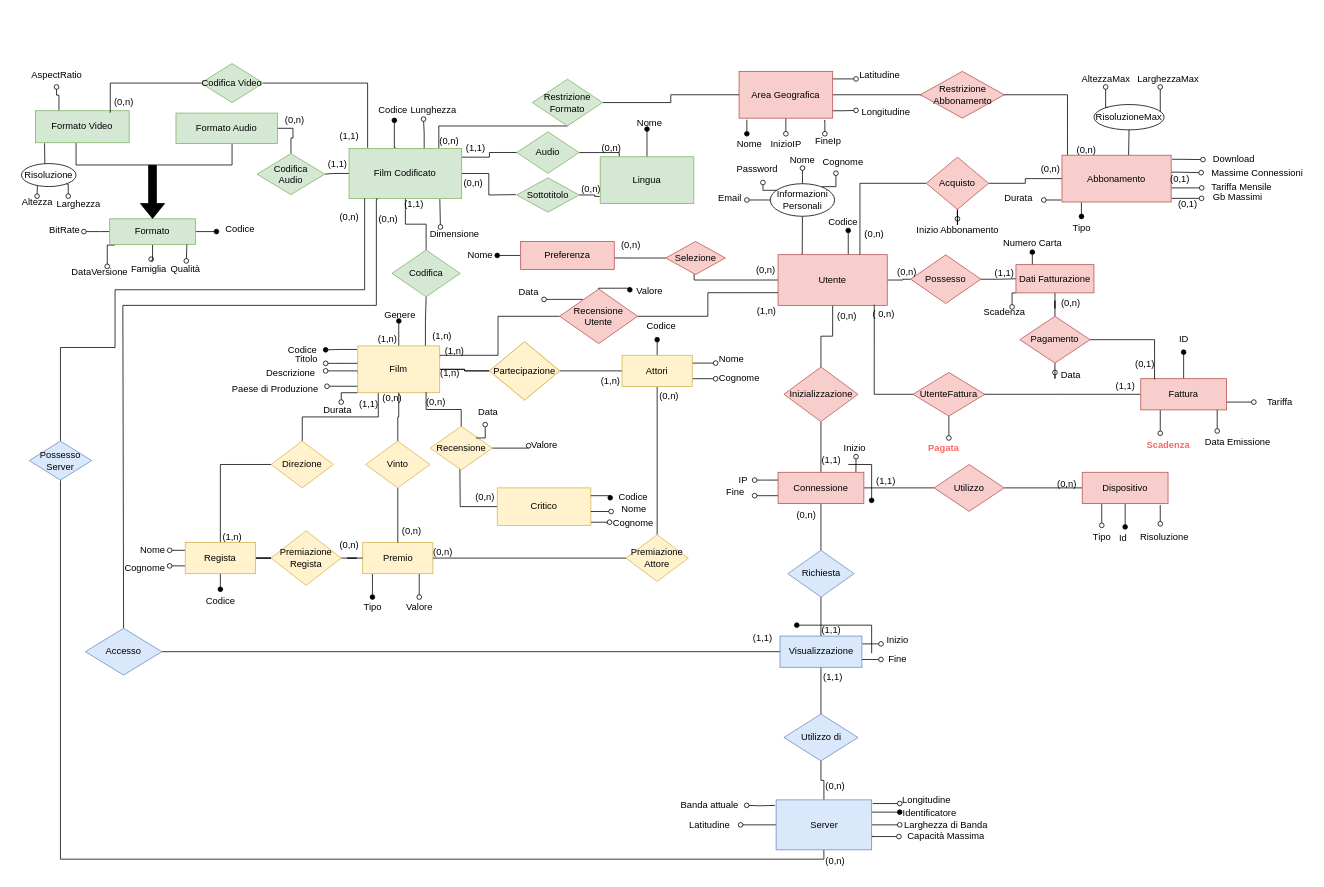
The draw.io diagram Er non Ristrutturato(2).drawio in LGranucci/FilmSphere, before the edit. Source tidied: cells renumbered, new cells numbered last; positions are measured from the earlier drawing's top-left corner, leaving out a move shared by most shapes. Both pictures are drawn from the tidied source at 78%, with x=0, y=0 at pixel (13, 63).
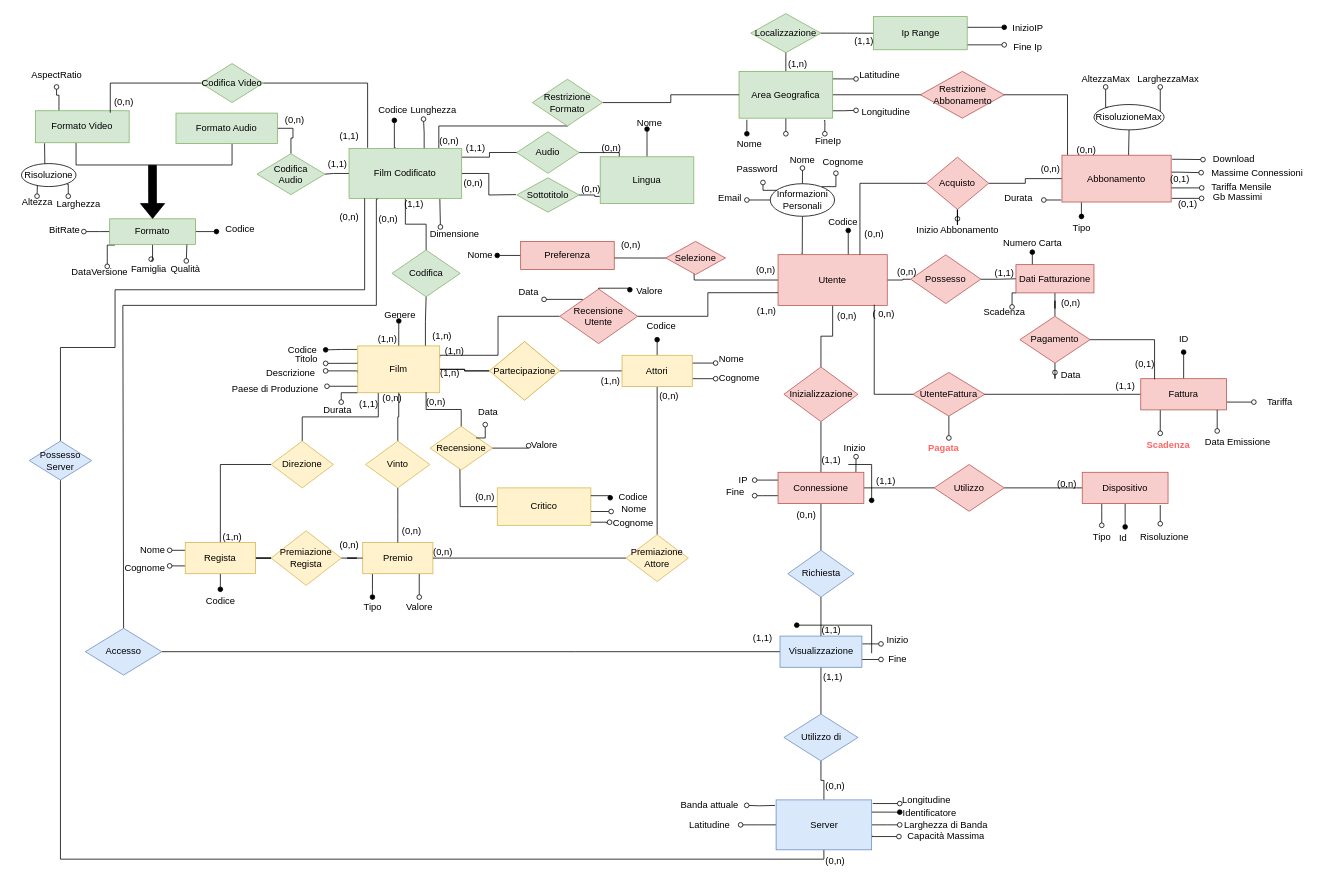
The same page after the edit.

Change to the diagram source:
```diff
@@
+    <mxCell id="310" style="edgeStyle=orthogonalEdgeStyle;rounded=0;jettySize=auto;html=1;" parent="1" edge="1" source="284">
+      <mxGeometry relative="1" as="geometry">
+        <mxPoint x="990" y="-34" as="targetPoint" />
+      </mxGeometry>
+    </mxCell>
-    <mxCell id="284" value="Area Geografica" style="whiteSpace=wrap;html=1;fillColor=#f8cecc;strokeColor=#b85450;" parent="1" vertex="1">
+    <mxCell id="284" value="Area Geografica" style="whiteSpace=wrap;html=1;fillColor=#d5e8d4;strokeColor=#82b366;" parent="1" vertex="1">
       <mxGeometry x="930" y="10" width="120" height="60" as="geometry" />
     </mxCell>
@@
     <mxCell id="289" value="InizioIP" style="text;html=1;align=center;verticalAlign=middle;points=[];strokeColor=none;fillColor=none;" parent="1" vertex="1">
-      <mxGeometry x="960" y="88" width="60" height="30" as="geometry" />
+      <mxGeometry x="1270" y="-60.2" width="60" height="30" as="geometry" />
     </mxCell>
@@
+    <mxCell id="311" style="edgeStyle=orthogonalEdgeStyle;rounded=0;jettySize=auto;html=1;endArrow=none;endFill=0;" parent="1" edge="1" source="312" target="316">
+      <mxGeometry relative="1" as="geometry" />
+    </mxCell>
+    <mxCell id="312" value="Localizzazione" style="rhombus;whiteSpace=wrap;html=1;fillColor=#d5e8d4;strokeColor=#82b366;" parent="1" vertex="1">
+      <mxGeometry x="945" y="-64" width="90" height="50" as="geometry" />
+    </mxCell>
+    <mxCell id="313" value="(1,n)" style="text;html=1;align=center;verticalAlign=middle;strokeColor=none;fillColor=none;" parent="1" vertex="1">
+      <mxGeometry x="980" y="-14" width="50" height="30" as="geometry" />
+    </mxCell>
+    <mxCell id="314" style="edgeStyle=orthogonalEdgeStyle;rounded=0;jettySize=auto;html=1;exitX=1;exitY=0.323;exitDx=0;exitDy=0;exitPerimeter=0;endArrow=oval;endFill=1;" parent="1" edge="1" source="316" target="289">
+      <mxGeometry relative="1" as="geometry">
+        <Array as="points">
+          <mxPoint x="1260" y="-46" />
+          <mxPoint x="1260" y="-46" />
+        </Array>
+      </mxGeometry>
+    </mxCell>
+    <mxCell id="315" style="edgeStyle=orthogonalEdgeStyle;rounded=0;jettySize=auto;html=1;endArrow=oval;endFill=0;" parent="1" edge="1" source="316">
+      <mxGeometry relative="1" as="geometry">
+        <mxPoint x="1270" y="-24" as="targetPoint" />
+        <Array as="points">
+          <mxPoint x="1240" y="-24" />
+          <mxPoint x="1240" y="-24" />
+        </Array>
+      </mxGeometry>
+    </mxCell>
+    <mxCell id="316" value="Ip Range" style="whiteSpace=wrap;html=1;fillColor=#d5e8d4;strokeColor=#82b366;" parent="1" vertex="1">
+      <mxGeometry x="1102.5" y="-60.2" width="120" height="42.5" as="geometry" />
+    </mxCell>
+    <mxCell id="317" value="Fine Ip" style="text;html=1;align=center;verticalAlign=middle;strokeColor=none;fillColor=none;" parent="1" vertex="1">
+      <mxGeometry x="1270" y="-36" width="60" height="30" as="geometry" />
+    </mxCell>
+    <mxCell id="318" value="(1,1)" style="text;html=1;align=center;verticalAlign=middle;strokeColor=none;fillColor=none;" parent="1" vertex="1">
+      <mxGeometry x="1065" y="-44" width="50" height="30" as="geometry" />
+    </mxCell>
```
